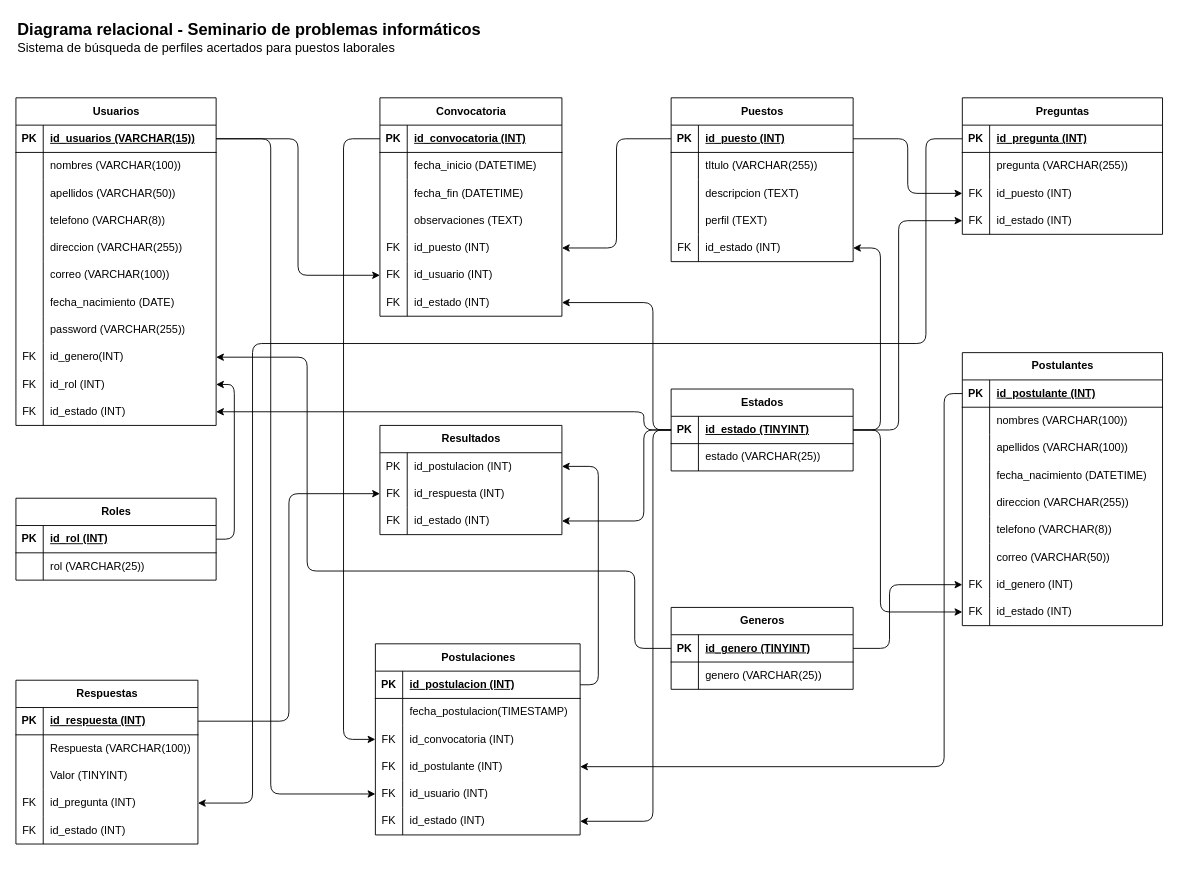
The draw.io diagram bd/diagrama-relacional.drawio in maykchom/seminario-proyecto, before the edit. Source tidied: cells renumbered, new cells numbered last; positions are measured from the earlier drawing's top-left corner, leaving out a move shared by most shapes. Both pictures are drawn from the tidied source at 91%, with x=0, y=0 at pixel (15, 15).
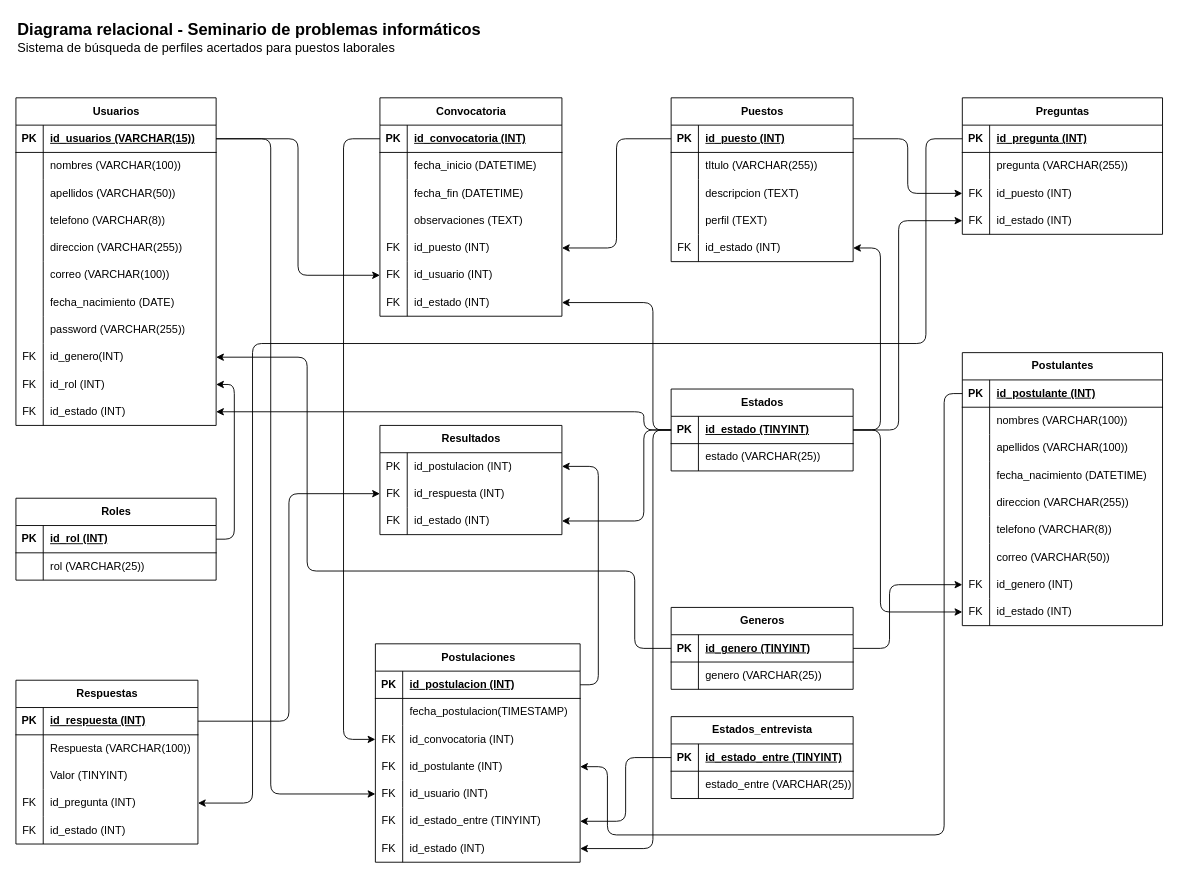
The same diagram, later.

Unchanged cells that the change refers to:
```xml
<mxCell id="25" style="shape=tableRow;horizontal=0;startSize=0;swimlaneHead=0;swimlaneBody=0;fillColor=none;points=[[0,0.5],[1,0.5]];portConstraint=eastwest;top=0;left=0;right=0;bottom=1;" parent="24" vertex="1">
  <mxGeometry y="30" width="220" height="30" as="geometry" />
</mxCell>
<mxCell id="115" style="shape=tableRow;horizontal=0;startSize=0;swimlaneHead=0;swimlaneBody=0;fillColor=none;points=[[0,0.5],[1,0.5]];portConstraint=eastwest;top=0;left=0;right=0;bottom=1;" parent="114" vertex="1">
  <mxGeometry y="30" width="200" height="30" as="geometry" />
</mxCell>
<mxCell id="181" style="shape=tableRow;horizontal=0;startSize=0;swimlaneHead=0;swimlaneBody=0;fillColor=none;points=[[0,0.5],[1,0.5]];portConstraint=eastwest;top=0;left=0;right=0;bottom=0;" parent="171" vertex="1">
  <mxGeometry y="120" width="225" height="30" as="geometry" />
</mxCell>
```

The edit, as a diff of the source:
```diff
@@
     <mxCell id="127" style="edgeStyle=orthogonalEdgeStyle;rounded=1;jettySize=auto;html=1;exitX=0;exitY=0.5;exitDx=0;exitDy=0;" parent="1" edge="1" source="25" target="181">
       <mxGeometry relative="1" as="geometry">
         <Array as="points">
           <mxPoint x="1020" y="415" />
-          <mxPoint x="1020" y="825" />
+          <mxPoint x="1020" y="900" />
+          <mxPoint x="650" y="900" />
+          <mxPoint x="650" y="825" />
         </Array>
       </mxGeometry>
     </mxCell>
@@
     <mxCell id="171" value="Postulaciones" style="shape=table;startSize=30;childLayout=tableLayout;rowLines=0;fontStyle=1;align=center;html=1;" parent="1" vertex="1">
-      <mxGeometry x="395" y="690" width="225" height="210" as="geometry" />
+      <mxGeometry x="395" y="690" width="225" height="240" as="geometry" />
     </mxCell>
@@
+    <mxCell id="203" style="shape=tableRow;horizontal=0;startSize=0;swimlaneHead=0;swimlaneBody=0;fillColor=none;points=[[0,0.5],[1,0.5]];portConstraint=eastwest;top=0;left=0;right=0;bottom=0;" parent="171" vertex="1">
+      <mxGeometry y="180" width="225" height="30" as="geometry" />
+    </mxCell>
+    <mxCell id="204" value="FK" style="shape=partialRectangle;fillColor=none;top=0;left=0;bottom=0;right=0;overflow=hidden;whiteSpace=wrap;html=1;" parent="203" vertex="1">
+      <mxGeometry width="30" height="30" as="geometry" />
+    </mxCell>
+    <mxCell id="205" value="id_estado_entre (TINYINT)" style="shape=partialRectangle;fillColor=none;top=0;left=0;bottom=0;right=0;align=left;spacingLeft=6;overflow=hidden;whiteSpace=wrap;html=1;" parent="203" vertex="1">
+      <mxGeometry x="30" width="195" height="30" as="geometry" />
+    </mxCell>
     <mxCell id="187" style="shape=tableRow;horizontal=0;startSize=0;swimlaneHead=0;swimlaneBody=0;fillColor=none;points=[[0,0.5],[1,0.5]];portConstraint=eastwest;top=0;left=0;right=0;bottom=0;" parent="171" vertex="1">
-      <mxGeometry y="180" width="225" height="30" as="geometry" />
+      <mxGeometry y="210" width="225" height="30" as="geometry" />
     </mxCell>
@@
     <mxCell id="194" style="edgeStyle=orthogonalEdgeStyle;rounded=1;jettySize=auto;html=1;exitX=0;exitY=0.5;exitDx=0;exitDy=0;entryX=1;entryY=0.5;entryDx=0;entryDy=0;" parent="1" edge="1" source="115" target="187">
       <mxGeometry relative="1" as="geometry">
         <Array as="points">
           <mxPoint x="700" y="455" />
-          <mxPoint x="700" y="885" />
+          <mxPoint x="700" y="915" />
         </Array>
       </mxGeometry>
     </mxCell>
@@
+    <mxCell id="206" value="Estados_entrevista" style="shape=table;startSize=30;childLayout=tableLayout;rowLines=0;fontStyle=1;align=center;html=1;" parent="1" vertex="1">
+      <mxGeometry x="720" y="770" width="200" height="90" as="geometry" />
+    </mxCell>
+    <mxCell id="207" style="shape=tableRow;horizontal=0;startSize=0;swimlaneHead=0;swimlaneBody=0;fillColor=none;points=[[0,0.5],[1,0.5]];portConstraint=eastwest;top=0;left=0;right=0;bottom=1;" parent="206" vertex="1">
+      <mxGeometry y="30" width="200" height="30" as="geometry" />
+    </mxCell>
+    <mxCell id="208" value="PK" style="shape=partialRectangle;fillColor=none;top=0;left=0;bottom=0;right=0;fontStyle=1;overflow=hidden;whiteSpace=wrap;html=1;" parent="207" vertex="1">
+      <mxGeometry width="30" height="30" as="geometry" />
+    </mxCell>
+    <mxCell id="209" value="id_estado_entre (TINYINT)" style="shape=partialRectangle;fillColor=none;top=0;left=0;bottom=0;right=0;align=left;spacingLeft=6;fontStyle=5;overflow=hidden;whiteSpace=wrap;html=1;" parent="207" vertex="1">
+      <mxGeometry x="30" width="170" height="30" as="geometry" />
+    </mxCell>
+    <mxCell id="210" style="shape=tableRow;horizontal=0;startSize=0;swimlaneHead=0;swimlaneBody=0;fillColor=none;top=0;left=0;right=0;bottom=0;" parent="206" vertex="1">
+      <mxGeometry y="60" width="200" height="30" as="geometry" />
+    </mxCell>
+    <mxCell id="211" style="shape=partialRectangle;fillColor=none;top=0;left=0;bottom=0;right=0;overflow=hidden;whiteSpace=wrap;html=1;" parent="210" vertex="1">
+      <mxGeometry width="30" height="30" as="geometry" />
+    </mxCell>
+    <mxCell id="212" value="estado_entre (VARCHAR(25))" style="shape=partialRectangle;fillColor=none;top=0;left=0;bottom=0;right=0;align=left;spacingLeft=6;overflow=hidden;whiteSpace=wrap;html=1;" parent="210" vertex="1">
+      <mxGeometry x="30" width="170" height="30" as="geometry" />
+    </mxCell>
+    <mxCell id="213" style="edgeStyle=orthogonalEdgeStyle;rounded=1;jettySize=auto;html=1;exitX=0;exitY=0.5;exitDx=0;exitDy=0;entryX=1;entryY=0.5;entryDx=0;entryDy=0;" parent="1" edge="1" source="207" target="203">
+      <mxGeometry relative="1" as="geometry" />
+    </mxCell>
```
